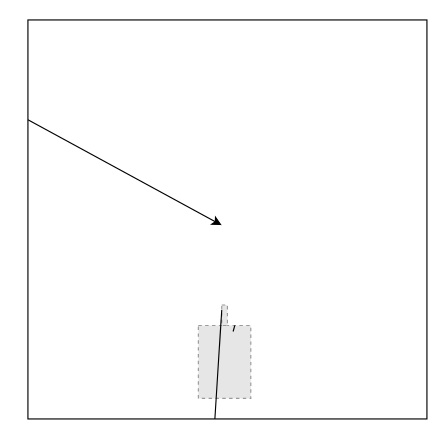
This is lib/screens/on_play/sketch/prototype.drawio from yeasin50/space_craft, a draw.io file, before an edit. Source tidied: cells renumbered, new cells numbered last; positions are measured from the earlier drawing's top-left corner, leaving out a move shared by most shapes. Both pictures are drawn from the tidied source at 114%, with x=0, y=0 at pixel (27, 19). Pictures stored in the file or linked from it are replaced by grey dashed boxes.
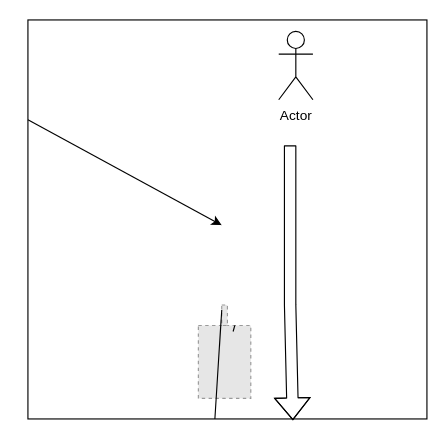
Above is the later version.

The edit, as a diff of the source:
```diff
@@
 <mxGraphModel>
   <root>
     <mxCell id="0" />
     <mxCell id="1" parent="0" />
     <mxCell id="2" style="fillColor=#E6E6E6;strokeColor=#999999;dashed=1;verticalLabelPosition=bottom;labelBackgroundColor=#ffffff;verticalAlign=top;" parent="1" vertex="1">
       <mxGeometry x="149.5" y="268" width="46" height="64" as="geometry" />
     </mxCell>
     <mxCell id="3" style="edgeStyle=none;html=1;exitX=1;exitY=0.3333333333333333;exitDx=0;exitDy=0;exitPerimeter=0;endArrow=none;" parent="1" edge="1" target="2">
       <mxGeometry relative="1" as="geometry">
         <mxPoint x="180" y="273.3" as="sourcePoint" />
       </mxGeometry>
     </mxCell>
     <mxCell id="4" style="edgeStyle=none;html=1;exitX=0;exitY=0.25;exitDx=0;exitDy=0;startArrow=none;" parent="1" edge="1" source="6">
       <mxGeometry relative="1" as="geometry">
         <mxPoint x="170" y="180" as="targetPoint" />
       </mxGeometry>
     </mxCell>
     <mxCell id="5" style="fillColor=#E6E6E6;strokeColor=#999999;dashed=1;verticalLabelPosition=bottom;labelBackgroundColor=#ffffff;verticalAlign=top;" parent="1" vertex="1">
       <mxGeometry x="170" y="250" width="5" height="18" as="geometry" />
     </mxCell>
     <mxCell id="6" style="whiteSpace=wrap;html=1;fillColor=none;" parent="1" vertex="1">
       <mxGeometry width="350" height="350" as="geometry" />
     </mxCell>
     <mxCell id="7" style="edgeStyle=none;html=1;exitX=0;exitY=0.25;exitDx=0;exitDy=0;endArrow=none;" parent="1" edge="1" source="5" target="6">
       <mxGeometry relative="1" as="geometry" />
     </mxCell>
+    <mxCell id="8" value="Actor" style="shape=umlActor;verticalLabelPosition=bottom;verticalAlign=top;html=1;" parent="1" vertex="1">
+      <mxGeometry x="220" y="10" width="30" height="60" as="geometry" />
+    </mxCell>
+    <mxCell id="9" style="shape=flexArrow;endArrow=classic;html=1;entryX=0.664;entryY=1.003;entryDx=0;entryDy=0;entryPerimeter=0;" parent="1" edge="1" target="6">
+      <mxGeometry relative="1" as="geometry">
+        <mxPoint x="230" y="110" as="sourcePoint" />
+        <Array as="points">
+          <mxPoint x="230" y="250" />
+        </Array>
+      </mxGeometry>
+    </mxCell>
   </root>
 </mxGraphModel>
```
